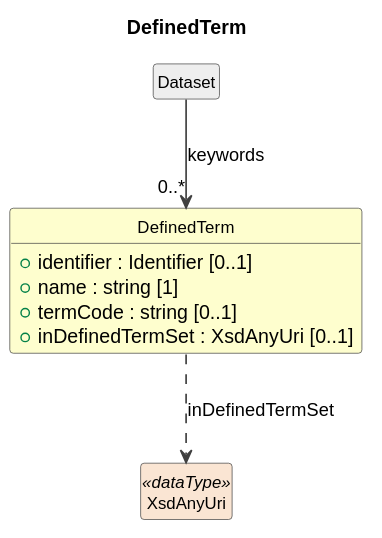
Above: cdif-uml-model/_plantuml/cdifCore/Classes/DefinedTerm.svg in Cross-Domain-Interoperability-Framework/metadataBuildingBlocks (PlantUML), before the change.
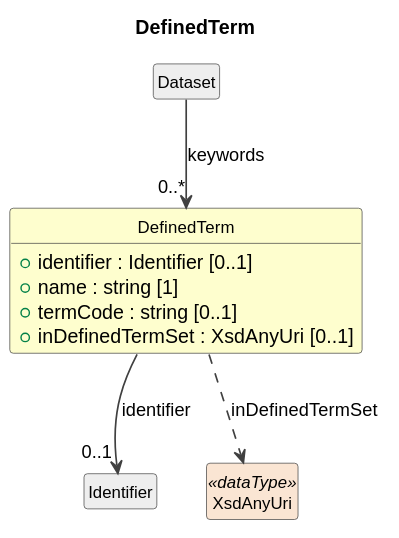
After the commit.

Change to the diagram source:
```diff
@@ -18,6 +18,8 @@
 }
 class "Dataset" as Dataset #EEEEEE
 Dataset --> "0..*" DefinedTerm : keywords
+class "Identifier" as Identifier #EEEEEE
+DefinedTerm --> "0..1" Identifier : identifier
 class "XsdAnyUri" as XsdAnyUri <<dataType>> #FAE5D3
 DefinedTerm ..> XsdAnyUri : inDefinedTermSet
 @enduml
```
